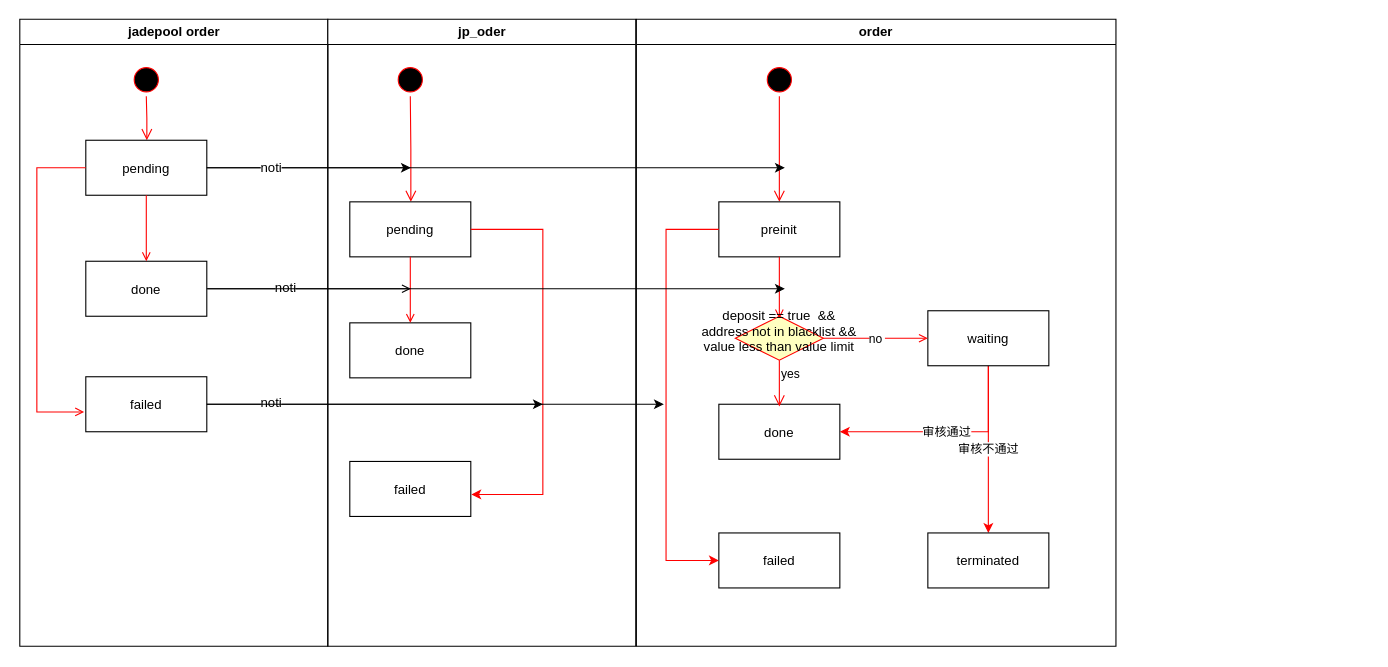
This is page "deposit state machine" (1 of 2) of deposit state machine.drawio from keyrole/graph, a draw.io file, before an edit. Source tidied: cells renumbered, new cells numbered last; positions are measured from the earlier drawing's top-left corner, leaving out a move shared by most shapes. Both pictures are drawn from the tidied source at 110%, with x=0, y=0 at pixel (19, 19).
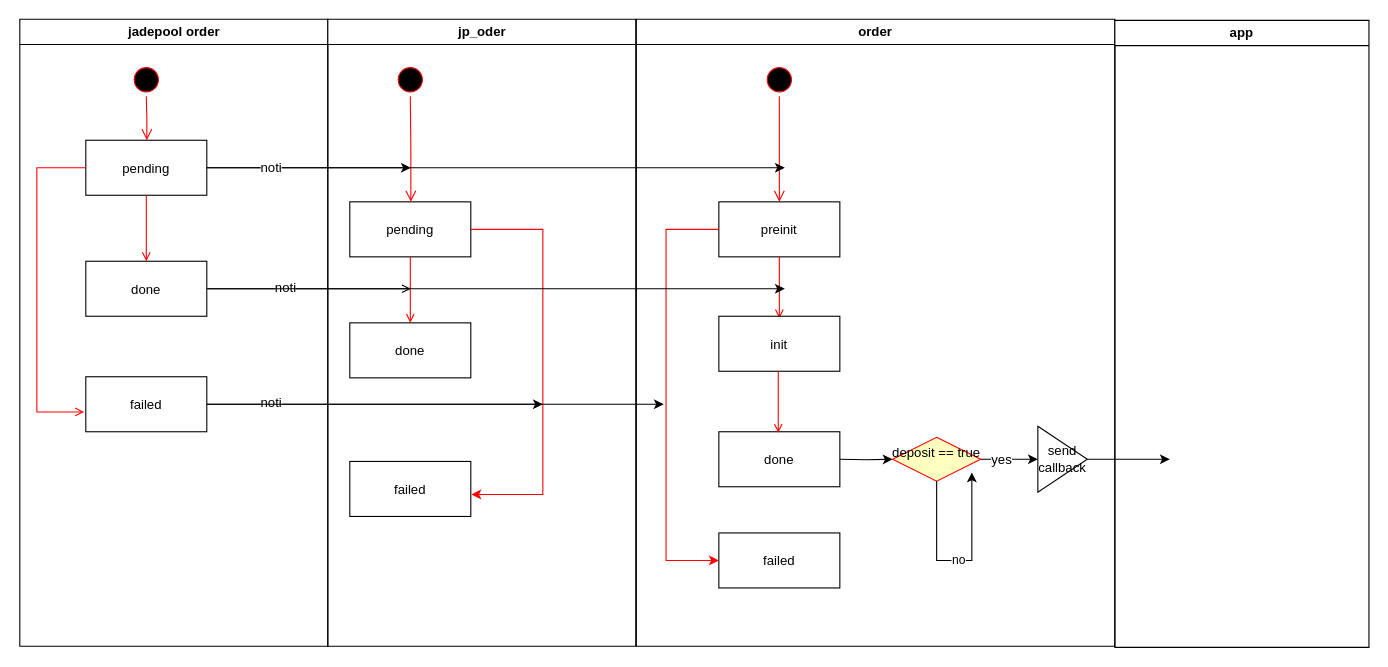
The same diagram, later.

What changed in the source:
```diff
@@
     <mxCell id="17" value="order" style="swimlane;whiteSpace=wrap;" parent="1" vertex="1">
-      <mxGeometry x="561" width="436" height="570" as="geometry" />
+      <mxGeometry x="561" width="435" height="570" as="geometry" />
     </mxCell>
@@
     <mxCell id="21" value="done" parent="17" vertex="1">
-      <mxGeometry x="75" y="350" width="110" height="50" as="geometry" />
+      <mxGeometry x="75" y="375" width="110" height="50" as="geometry" />
     </mxCell>
@@
-    <mxCell id="25" value="deposit == true  &amp;&amp;&#10;address not in blacklist &amp;&amp;&#10;value less than value limit&#10;" style="rhombus;fillColor=#ffffc0;strokeColor=#ff0000;" parent="17" vertex="1">
-      <mxGeometry x="90" y="270" width="80" height="40" as="geometry" />
+    <mxCell id="25" value="deposit == true&#10;" style="rhombus;fillColor=#ffffc0;strokeColor=#ff0000;" parent="17" vertex="1">
+      <mxGeometry x="233" y="380" width="80" height="40" as="geometry" />
     </mxCell>
-    <mxCell id="26" value="yes" style="edgeStyle=elbowEdgeStyle;elbow=vertical;align=left;verticalAlign=top;endArrow=open;endSize=8;strokeColor=#FF0000;endFill=1;rounded=0;" parent="17" edge="1" source="25">
-      <mxGeometry x="-1" relative="1" as="geometry">
-        <mxPoint x="130" y="352" as="targetPoint" />
-      </mxGeometry>
-    </mxCell>
-    <mxCell id="27" value="审核不通过" style="edgeStyle=orthogonalEdgeStyle;rounded=0;jettySize=auto;html=1;exitX=0.5;exitY=1;exitDx=0;exitDy=0;entryX=0.5;entryY=0;entryDx=0;entryDy=0;strokeColor=#FF0000;fillColor=#000000;" parent="17" edge="1" source="29" target="31">
-      <mxGeometry relative="1" as="geometry" />
-    </mxCell>
-    <mxCell id="28" value="审核通过" style="edgeStyle=orthogonalEdgeStyle;rounded=0;jettySize=auto;html=1;exitX=0.5;exitY=1;exitDx=0;exitDy=0;entryX=1;entryY=0.5;entryDx=0;entryDy=0;strokeColor=#FF0000;fillColor=#000000;" parent="17" edge="1" source="29" target="21">
-      <mxGeometry relative="1" as="geometry" />
-    </mxCell>
-    <mxCell id="29" value="waiting" parent="17" vertex="1">
-      <mxGeometry x="265" y="265" width="110" height="50" as="geometry" />
-    </mxCell>
-    <mxCell id="30" value="no" style="edgeStyle=none;strokeColor=#FF0000;endArrow=open;endFill=1;rounded=0;" parent="17" edge="1">
-      <mxGeometry relative="1" as="geometry">
-        <mxPoint x="170" y="290" as="sourcePoint" />
-        <mxPoint x="265" y="290" as="targetPoint" />
-      </mxGeometry>
-    </mxCell>
-    <mxCell id="31" value="terminated" parent="17" vertex="1">
-      <mxGeometry x="265" y="467" width="110" height="50" as="geometry" />
-    </mxCell>
+    <mxCell id="42" style="edgeStyle=orthogonalEdgeStyle;rounded=0;jettySize=auto;html=1;exitX=1;exitY=0.5;exitDx=0;exitDy=0;entryX=0;entryY=0.5;entryDx=0;entryDy=0;strokeColor=#000000;fillColor=#000000;" parent="17" edge="1" target="25">
+      <mxGeometry relative="1" as="geometry">
+        <mxPoint x="185" y="400" as="sourcePoint" />
+      </mxGeometry>
+    </mxCell>
+    <mxCell id="43" value="init" parent="17" vertex="1">
+      <mxGeometry x="75" y="270" width="110" height="50" as="geometry" />
+    </mxCell>
+    <mxCell id="44" style="endArrow=open;strokeColor=#FF0000;endFill=1;rounded=0;" parent="17" edge="1">
+      <mxGeometry relative="1" as="geometry">
+        <mxPoint x="129" y="320" as="sourcePoint" />
+        <mxPoint x="129" y="376" as="targetPoint" />
+      </mxGeometry>
+    </mxCell>
+    <mxCell id="45" value="send callback" style="triangle;whiteSpace=wrap;html=1;" parent="17" vertex="1">
+      <mxGeometry x="365" y="370" width="45" height="60" as="geometry" />
+    </mxCell>
@@
+    <mxCell id="46" value="app" style="swimlane;whiteSpace=wrap;" parent="1" vertex="1">
+      <mxGeometry x="996" y="1" width="231" height="570" as="geometry" />
+    </mxCell>
+    <mxCell id="47" style="edgeStyle=orthogonalEdgeStyle;rounded=0;jettySize=auto;html=1;exitX=1;exitY=0.5;exitDx=0;exitDy=0;strokeColor=#000000;fillColor=#000000;" parent="1" edge="1" source="25">
+      <mxGeometry relative="1" as="geometry">
+        <mxPoint x="926" y="400" as="targetPoint" />
+      </mxGeometry>
+    </mxCell>
+    <mxCell id="26" value="yes&lt;br&gt;" style="text;html=1;align=center;verticalAlign=middle;labelBackgroundColor=#ffffff;" parent="47" vertex="1">
+      <mxGeometry x="-0.32" relative="1" as="geometry" />
+    </mxCell>
+    <mxCell id="30" value="no" style="edgeStyle=orthogonalEdgeStyle;rounded=0;jettySize=auto;html=1;exitX=0.5;exitY=1;exitDx=0;exitDy=0;strokeColor=#000000;fillColor=#000000;" parent="1" edge="1" source="25">
+      <mxGeometry relative="1" as="geometry">
+        <mxPoint x="866" y="412" as="targetPoint" />
+        <Array as="points">
+          <mxPoint x="834" y="492" />
+          <mxPoint x="866" y="492" />
+        </Array>
+      </mxGeometry>
+    </mxCell>
+    <mxCell id="48" style="edgeStyle=orthogonalEdgeStyle;rounded=0;jettySize=auto;html=1;exitX=1;exitY=0.5;exitDx=0;exitDy=0;strokeColor=#000000;fillColor=#000000;" parent="1" edge="1" source="45">
+      <mxGeometry relative="1" as="geometry">
+        <mxPoint x="1046" y="400" as="targetPoint" />
+      </mxGeometry>
+    </mxCell>
```
